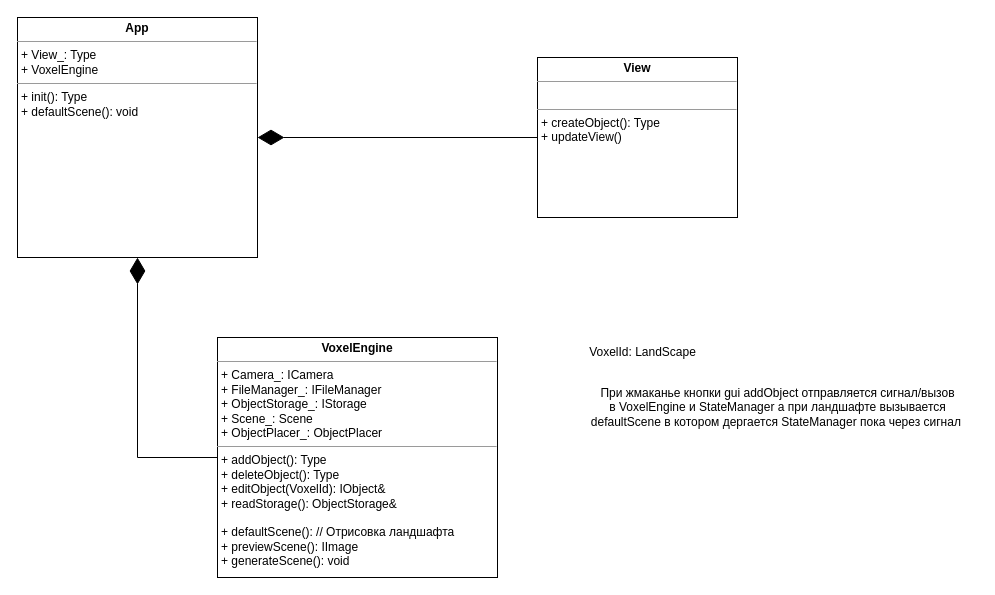
cpp-park-vk-education/2023_1_Blockify keeps this draw.io diagram as page "App" (4 of 4) of doc/VoxelEngine.drawio. Above is the earlier version. Source tidied: cells renumbered, new cells numbered last; positions are measured from the earlier drawing's top-left corner, leaving out a move shared by most shapes. Both pictures are drawn from the tidied source at 100%, with x=0, y=0 at pixel (17, 17).
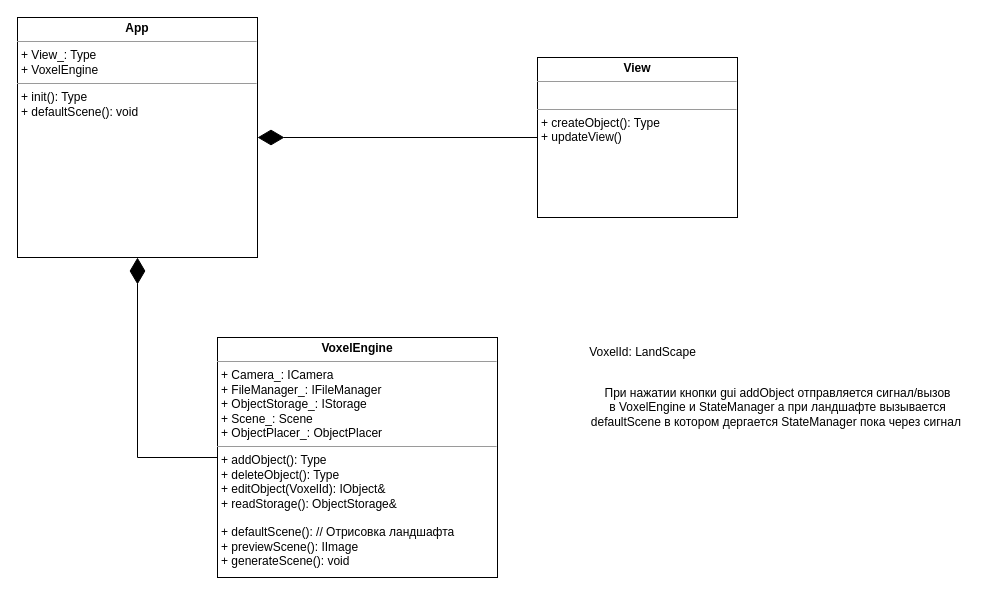
The same page after the edit.

Change to the diagram source:
```diff
@@
 <mxGraphModel>
   <root>
     <mxCell id="0" />
     <mxCell id="1" parent="0" />
     <mxCell id="2" value="&lt;p style=&quot;margin:0px;margin-top:4px;text-align:center;&quot;&gt;&lt;b&gt;App&lt;/b&gt;&lt;/p&gt;&lt;hr size=&quot;1&quot;&gt;&lt;p style=&quot;margin:0px;margin-left:4px;&quot;&gt;+ View_: Type&lt;/p&gt;&lt;p style=&quot;margin:0px;margin-left:4px;&quot;&gt;+ VoxelEngine&lt;br&gt;&lt;/p&gt;&lt;hr size=&quot;1&quot;&gt;&lt;p style=&quot;margin:0px;margin-left:4px;&quot;&gt;+ init(): Type&lt;/p&gt;&lt;p style=&quot;margin:0px;margin-left:4px;&quot;&gt;+ defaultScene(): void&lt;/p&gt;" style="verticalAlign=top;align=left;overflow=fill;fontSize=12;fontFamily=Helvetica;html=1;" parent="1" vertex="1">
       <mxGeometry width="240" height="240" as="geometry" />
     </mxCell>
     <mxCell id="3" value="&lt;p style=&quot;margin:0px;margin-top:4px;text-align:center;&quot;&gt;&lt;b&gt;View&lt;/b&gt;&lt;/p&gt;&lt;hr size=&quot;1&quot;&gt;&lt;p style=&quot;margin:0px;margin-left:4px;&quot;&gt;&lt;br&gt;&lt;/p&gt;&lt;hr size=&quot;1&quot;&gt;&lt;p style=&quot;margin:0px;margin-left:4px;&quot;&gt;+ createObject(): Type&lt;/p&gt;&lt;p style=&quot;margin:0px;margin-left:4px;&quot;&gt;+ updateView()&lt;/p&gt;" style="verticalAlign=top;align=left;overflow=fill;fontSize=12;fontFamily=Helvetica;html=1;" parent="1" vertex="1">
       <mxGeometry x="520" y="40" width="200" height="160" as="geometry" />
     </mxCell>
     <mxCell id="4" style="endArrow=diamondThin;endFill=1;endSize=24;html=1;rounded=0;exitX=0;exitY=0.5;exitDx=0;exitDy=0;entryX=1;entryY=0.5;entryDx=0;entryDy=0;edgeStyle=orthogonalEdgeStyle;" parent="1" edge="1" source="3" target="2">
       <mxGeometry relative="1" as="geometry" />
     </mxCell>
     <mxCell id="5" value="&lt;p style=&quot;margin:0px;margin-top:4px;text-align:center;&quot;&gt;&lt;b&gt;VoxelEngine&lt;/b&gt;&lt;/p&gt;&lt;hr size=&quot;1&quot;&gt;&lt;p style=&quot;margin: 0px 0px 0px 4px;&quot;&gt;+ Camera_: ICamera&lt;/p&gt;&lt;p style=&quot;margin: 0px 0px 0px 4px;&quot;&gt;+ FileManager_: IFileManager&lt;/p&gt;&lt;p style=&quot;margin: 0px 0px 0px 4px;&quot;&gt;+ ObjectStorage_: IStorage&lt;/p&gt;&lt;p style=&quot;margin: 0px 0px 0px 4px;&quot;&gt;+ Scene_: Scene&lt;/p&gt;&lt;p style=&quot;margin: 0px 0px 0px 4px;&quot;&gt;+ ObjectPlacer_: ObjectPlacer&lt;/p&gt;&lt;hr size=&quot;1&quot;&gt;&lt;p style=&quot;margin:0px;margin-left:4px;&quot;&gt;+ addObject(): Type&lt;/p&gt;&lt;p style=&quot;margin:0px;margin-left:4px;&quot;&gt;+ deleteObject(): Type&lt;br&gt;&lt;/p&gt;&lt;p style=&quot;margin:0px;margin-left:4px;&quot;&gt;+ editObject(VoxelId): IObject&amp;amp;&lt;br&gt;&lt;/p&gt;&lt;p style=&quot;margin:0px;margin-left:4px;&quot;&gt;+ readStorage(): ObjectStorage&amp;amp;&lt;/p&gt;&lt;p style=&quot;margin:0px;margin-left:4px;&quot;&gt;&lt;br&gt;&lt;/p&gt;&lt;p style=&quot;margin:0px;margin-left:4px;&quot;&gt;+ defaultScene(): // Отрисовка ландшафта&lt;/p&gt;&lt;p style=&quot;margin:0px;margin-left:4px;&quot;&gt;+ previewScene(): IImage&lt;/p&gt;&lt;p style=&quot;margin:0px;margin-left:4px;&quot;&gt;+ generateScene(): void&lt;/p&gt;" style="verticalAlign=top;align=left;overflow=fill;fontSize=12;fontFamily=Helvetica;html=1;" parent="1" vertex="1">
       <mxGeometry x="200" y="320" width="280" height="240" as="geometry" />
     </mxCell>
     <mxCell id="6" value="VoxelId: LandScape" style="text;html=1;align=center;verticalAlign=middle;strokeColor=none;fillColor=none;" parent="1" vertex="1">
       <mxGeometry x="560" y="320" width="130" height="30" as="geometry" />
     </mxCell>
-    <mxCell id="7" value="При жмаканье кнопки gui addObject отправляется сигнал/вызов &lt;br&gt;в VoxelEngine и StateManager а при ландшафте вызывается &lt;br&gt;defaultScene в котором дергается StateManager пока через сигнал&amp;nbsp;" style="text;html=1;align=center;verticalAlign=middle;strokeColor=none;fillColor=none;" parent="1" vertex="1">
+    <mxCell id="7" value="При нажатии кнопки gui addObject отправляется сигнал/вызов &lt;br&gt;в VoxelEngine и StateManager а при ландшафте вызывается &lt;br&gt;defaultScene в котором дергается StateManager пока через сигнал&amp;nbsp;" style="text;html=1;align=center;verticalAlign=middle;strokeColor=none;fillColor=none;" parent="1" vertex="1">
       <mxGeometry x="560" y="360" width="400" height="60" as="geometry" />
     </mxCell>
     <mxCell id="8" style="endArrow=diamondThin;endFill=1;endSize=24;html=1;rounded=0;entryX=0.5;entryY=1;entryDx=0;entryDy=0;exitX=0;exitY=0.5;exitDx=0;exitDy=0;edgeStyle=orthogonalEdgeStyle;" parent="1" edge="1" source="5" target="2">
       <mxGeometry relative="1" as="geometry" />
     </mxCell>
   </root>
 </mxGraphModel>
```
